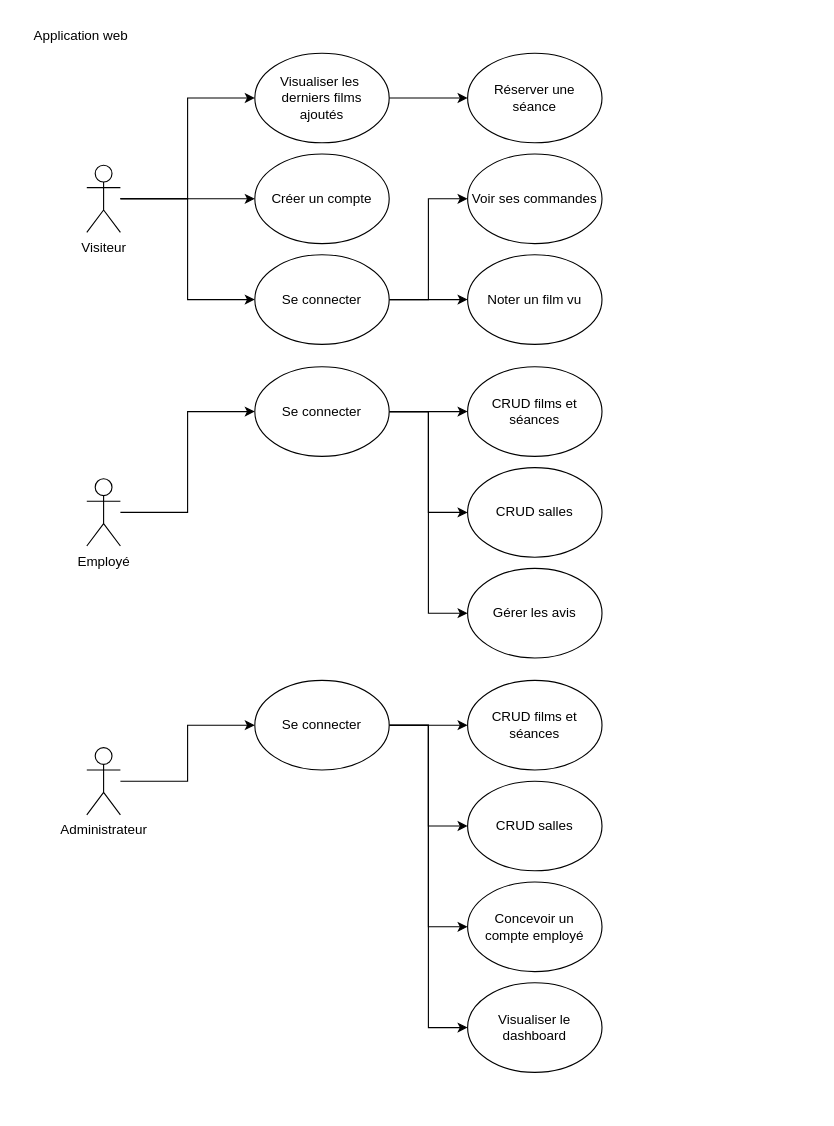
Before: charts/cas_d_utilisation.drawio in Thifanie/cinephoria, a draw.io diagram. Source tidied: cells renumbered, new cells numbered last; positions are measured from the earlier drawing's top-left corner, leaving out a move shared by most shapes. Both pictures are drawn from the tidied source at 112%, with x=0, y=0 at pixel (19, 19).
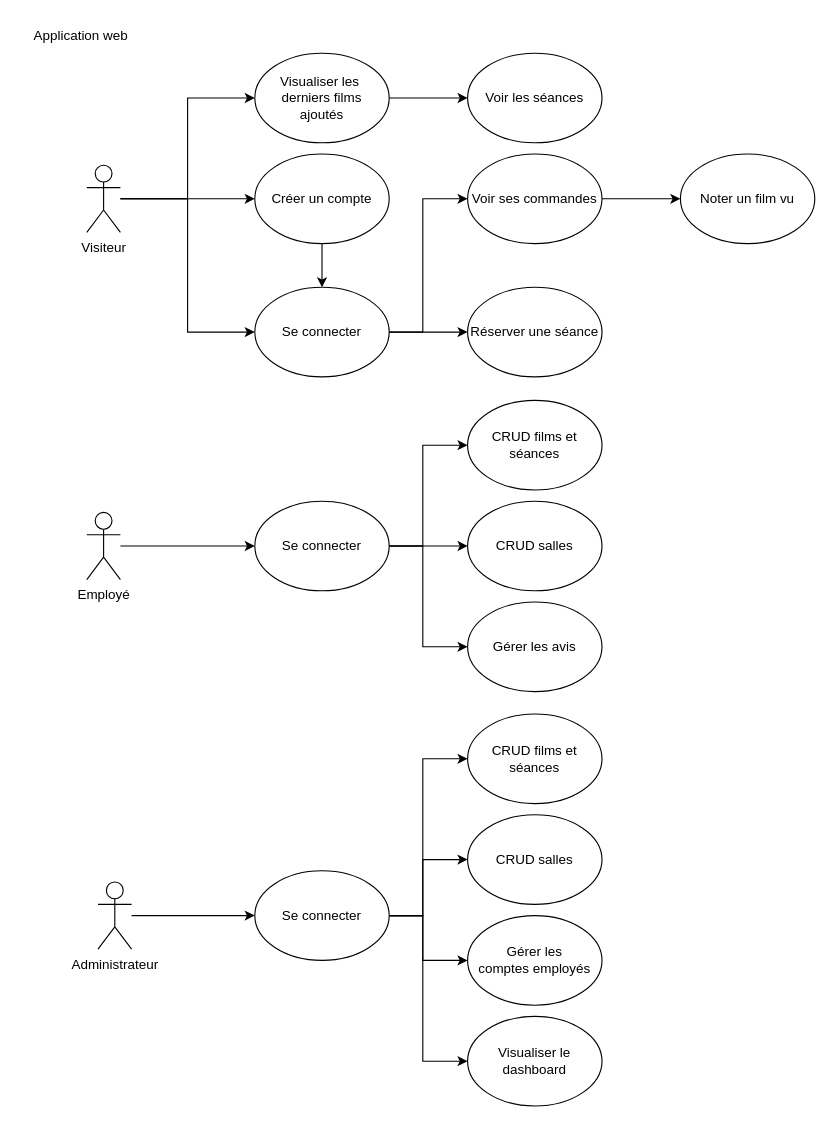
The same diagram, later.

Commit message:
Mettre à jour cas_d_utilisation.drawio

Unchanged cells that the change refers to:
```xml
<mxCell id="8" value="Visualiser les&amp;nbsp;&lt;div&gt;derniers films&lt;/div&gt;&lt;div&gt;ajoutés&lt;/div&gt;" style="ellipse;whiteSpace=wrap;html=1;" parent="1" vertex="1">
  <mxGeometry x="210" y="30" width="120" height="80" as="geometry" />
</mxCell>
<mxCell id="15" value="Créer un compte" style="ellipse;whiteSpace=wrap;html=1;" parent="1" vertex="1">
  <mxGeometry x="210" y="120" width="120" height="80" as="geometry" />
</mxCell>
<mxCell id="34" value="Voir ses commandes" style="ellipse;whiteSpace=wrap;html=1;" parent="1" vertex="1">
  <mxGeometry x="400" y="120" width="120" height="80" as="geometry" />
</mxCell>
```

The edit, as a diff of the source:
```diff
@@
-    <mxCell id="7" style="edgeStyle=orthogonalEdgeStyle;rounded=0;jettySize=auto;html=1;" parent="1" edge="1" source="8" target="14">
+    <mxCell id="7" style="edgeStyle=orthogonalEdgeStyle;rounded=0;jettySize=auto;html=1;entryX=0;entryY=0.5;entryDx=0;entryDy=0;" parent="1" edge="1" source="8" target="38">
       <mxGeometry relative="1" as="geometry" />
     </mxCell>
@@
     <mxCell id="10" value="Employé" style="shape=umlActor;verticalLabelPosition=bottom;verticalAlign=top;html=1;outlineConnect=0;" parent="1" vertex="1">
-      <mxGeometry x="60" y="410" width="30" height="60" as="geometry" />
+      <mxGeometry x="60" y="440" width="30" height="60" as="geometry" />
     </mxCell>
@@
     <mxCell id="12" value="Administrateur" style="shape=umlActor;verticalLabelPosition=bottom;verticalAlign=top;html=1;outlineConnect=0;" parent="1" vertex="1">
-      <mxGeometry x="60" y="650" width="30" height="60" as="geometry" />
+      <mxGeometry x="70" y="770" width="30" height="60" as="geometry" />
     </mxCell>
     <mxCell id="13" value="CRUD films et séances" style="ellipse;whiteSpace=wrap;html=1;" parent="1" vertex="1">
-      <mxGeometry x="400" y="310" width="120" height="80" as="geometry" />
+      <mxGeometry x="400" y="340" width="120" height="80" as="geometry" />
     </mxCell>
-    <mxCell id="14" value="Réserver une&lt;div&gt;séance&lt;/div&gt;" style="ellipse;whiteSpace=wrap;html=1;" parent="1" vertex="1">
-      <mxGeometry x="400" y="30" width="120" height="80" as="geometry" />
-    </mxCell>
+    <mxCell id="36" style="edgeStyle=orthogonalEdgeStyle;rounded=0;jettySize=auto;html=1;exitX=0.5;exitY=1;exitDx=0;exitDy=0;entryX=0.5;entryY=0;entryDx=0;entryDy=0;" parent="1" edge="1" source="15" target="18">
+      <mxGeometry relative="1" as="geometry" />
+    </mxCell>
@@
     <mxCell id="16" style="edgeStyle=orthogonalEdgeStyle;rounded=0;jettySize=auto;html=1;entryX=0;entryY=0.5;entryDx=0;entryDy=0;" parent="1" edge="1" source="18" target="34">
-      <mxGeometry relative="1" as="geometry" />
+      <mxGeometry relative="1" as="geometry">
+        <Array as="points">
+          <mxPoint x="360" y="279" />
+          <mxPoint x="360" y="160" />
+        </Array>
+      </mxGeometry>
     </mxCell>
@@
     <mxCell id="18" value="Se connecter" style="ellipse;whiteSpace=wrap;html=1;" parent="1" vertex="1">
-      <mxGeometry x="210" y="210" width="120" height="80" as="geometry" />
+      <mxGeometry x="210" y="239" width="120" height="80" as="geometry" />
     </mxCell>
     <mxCell id="19" value="CRUD salles" style="ellipse;whiteSpace=wrap;html=1;" parent="1" vertex="1">
-      <mxGeometry x="400" y="400" width="120" height="80" as="geometry" />
+      <mxGeometry x="400" y="430" width="120" height="80" as="geometry" />
     </mxCell>
-    <mxCell id="20" value="Concevoir un&lt;div&gt;compte employé&lt;/div&gt;" style="ellipse;whiteSpace=wrap;html=1;" parent="1" vertex="1">
-      <mxGeometry x="400" y="770" width="120" height="80" as="geometry" />
+    <mxCell id="20" value="Gérer les&lt;div&gt;comptes employés&lt;/div&gt;" style="ellipse;whiteSpace=wrap;html=1;" parent="1" vertex="1">
+      <mxGeometry x="400" y="800" width="120" height="80" as="geometry" />
     </mxCell>
     <mxCell id="21" style="edgeStyle=orthogonalEdgeStyle;rounded=0;jettySize=auto;html=1;entryX=0;entryY=0.5;entryDx=0;entryDy=0;" parent="1" edge="1" source="24" target="13">
-      <mxGeometry relative="1" as="geometry" />
+      <mxGeometry relative="1" as="geometry">
+        <Array as="points">
+          <mxPoint x="360" y="470" />
+          <mxPoint x="360" y="380" />
+        </Array>
+      </mxGeometry>
     </mxCell>
@@
     <mxCell id="23" style="edgeStyle=orthogonalEdgeStyle;rounded=0;jettySize=auto;html=1;entryX=0;entryY=0.5;entryDx=0;entryDy=0;" parent="1" edge="1" source="24" target="33">
-      <mxGeometry relative="1" as="geometry" />
+      <mxGeometry relative="1" as="geometry">
+        <Array as="points">
+          <mxPoint x="360" y="470" />
+          <mxPoint x="360" y="560" />
+        </Array>
+      </mxGeometry>
     </mxCell>
     <mxCell id="24" value="Se connecter" style="ellipse;whiteSpace=wrap;html=1;" parent="1" vertex="1">
-      <mxGeometry x="210" y="310" width="120" height="80" as="geometry" />
+      <mxGeometry x="210" y="430" width="120" height="80" as="geometry" />
     </mxCell>
     <mxCell id="25" style="edgeStyle=orthogonalEdgeStyle;rounded=0;jettySize=auto;html=1;entryX=0;entryY=0.5;entryDx=0;entryDy=0;" parent="1" edge="1" source="29" target="30">
-      <mxGeometry relative="1" as="geometry" />
+      <mxGeometry relative="1" as="geometry">
+        <Array as="points">
+          <mxPoint x="360" y="800" />
+          <mxPoint x="360" y="660" />
+        </Array>
+      </mxGeometry>
     </mxCell>
     <mxCell id="26" style="edgeStyle=orthogonalEdgeStyle;rounded=0;jettySize=auto;html=1;entryX=0;entryY=0.5;entryDx=0;entryDy=0;" parent="1" edge="1" source="29" target="31">
-      <mxGeometry relative="1" as="geometry" />
+      <mxGeometry relative="1" as="geometry">
+        <Array as="points">
+          <mxPoint x="360" y="800" />
+          <mxPoint x="360" y="750" />
+        </Array>
+      </mxGeometry>
     </mxCell>
     <mxCell id="27" style="edgeStyle=orthogonalEdgeStyle;rounded=0;jettySize=auto;html=1;entryX=0;entryY=0.5;entryDx=0;entryDy=0;" parent="1" edge="1" source="29" target="20">
-      <mxGeometry relative="1" as="geometry" />
+      <mxGeometry relative="1" as="geometry">
+        <Array as="points">
+          <mxPoint x="360" y="800" />
+          <mxPoint x="360" y="840" />
+        </Array>
+      </mxGeometry>
     </mxCell>
     <mxCell id="28" style="edgeStyle=orthogonalEdgeStyle;rounded=0;jettySize=auto;html=1;entryX=0;entryY=0.5;entryDx=0;entryDy=0;" parent="1" edge="1" source="29" target="32">
-      <mxGeometry relative="1" as="geometry" />
+      <mxGeometry relative="1" as="geometry">
+        <Array as="points">
+          <mxPoint x="360" y="800" />
+          <mxPoint x="360" y="930" />
+        </Array>
+      </mxGeometry>
     </mxCell>
     <mxCell id="29" value="Se connecter" style="ellipse;whiteSpace=wrap;html=1;" parent="1" vertex="1">
-      <mxGeometry x="210" y="590" width="120" height="80" as="geometry" />
+      <mxGeometry x="210" y="760" width="120" height="80" as="geometry" />
     </mxCell>
     <mxCell id="30" value="CRUD films et séances" style="ellipse;whiteSpace=wrap;html=1;" parent="1" vertex="1">
-      <mxGeometry x="400" y="590" width="120" height="80" as="geometry" />
+      <mxGeometry x="400" y="620" width="120" height="80" as="geometry" />
     </mxCell>
     <mxCell id="31" value="CRUD salles" style="ellipse;whiteSpace=wrap;html=1;" parent="1" vertex="1">
-      <mxGeometry x="400" y="680" width="120" height="80" as="geometry" />
+      <mxGeometry x="400" y="710" width="120" height="80" as="geometry" />
     </mxCell>
     <mxCell id="32" value="Visualiser le dashboard" style="ellipse;whiteSpace=wrap;html=1;" parent="1" vertex="1">
-      <mxGeometry x="400" y="860" width="120" height="80" as="geometry" />
+      <mxGeometry x="400" y="890" width="120" height="80" as="geometry" />
     </mxCell>
     <mxCell id="33" value="Gérer les avis" style="ellipse;whiteSpace=wrap;html=1;" parent="1" vertex="1">
-      <mxGeometry x="400" y="490" width="120" height="80" as="geometry" />
+      <mxGeometry x="400" y="520" width="120" height="80" as="geometry" />
     </mxCell>
+    <mxCell id="37" style="edgeStyle=orthogonalEdgeStyle;rounded=0;jettySize=auto;html=1;exitX=1;exitY=0.5;exitDx=0;exitDy=0;entryX=0;entryY=0.5;entryDx=0;entryDy=0;" parent="1" edge="1" source="34" target="39">
+      <mxGeometry relative="1" as="geometry" />
+    </mxCell>
@@
-    <mxCell id="35" value="Noter un film vu" style="ellipse;whiteSpace=wrap;html=1;" parent="1" vertex="1">
-      <mxGeometry x="400" y="210" width="120" height="80" as="geometry" />
+    <mxCell id="35" value="Réserver une séance" style="ellipse;whiteSpace=wrap;html=1;" parent="1" vertex="1">
+      <mxGeometry x="400" y="239" width="120" height="80" as="geometry" />
     </mxCell>
+    <mxCell id="38" value="Voir les séances" style="ellipse;whiteSpace=wrap;html=1;" parent="1" vertex="1">
+      <mxGeometry x="400" y="30" width="120" height="80" as="geometry" />
+    </mxCell>
+    <mxCell id="39" value="Noter un film vu" style="ellipse;whiteSpace=wrap;html=1;" parent="1" vertex="1">
+      <mxGeometry x="590" y="120" width="120" height="80" as="geometry" />
+    </mxCell>
```
